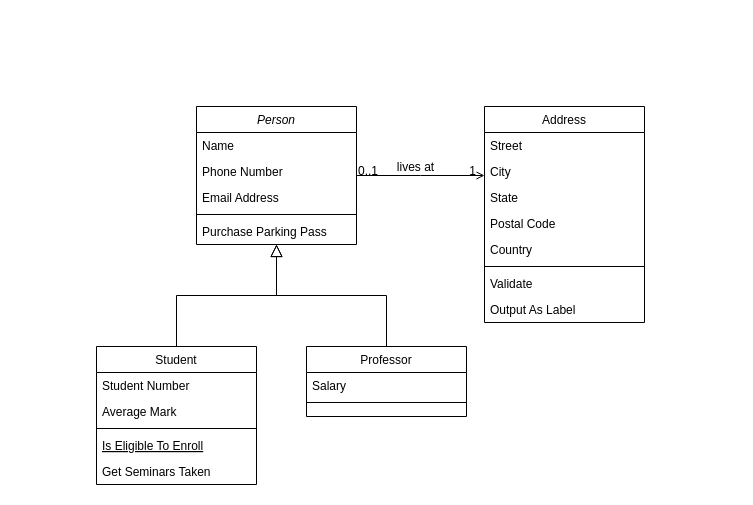
Earlier version of the draw.io diagram SistemaDeRegistro.drawio (verdugong/Geometry_Sebastian-Verdugo). Source tidied: cells renumbered, new cells numbered last; positions are measured from the earlier drawing's top-left corner, leaving out a move shared by most shapes. Both pictures are drawn from the tidied source at 100%, with x=0, y=0 at pixel (96, 106).
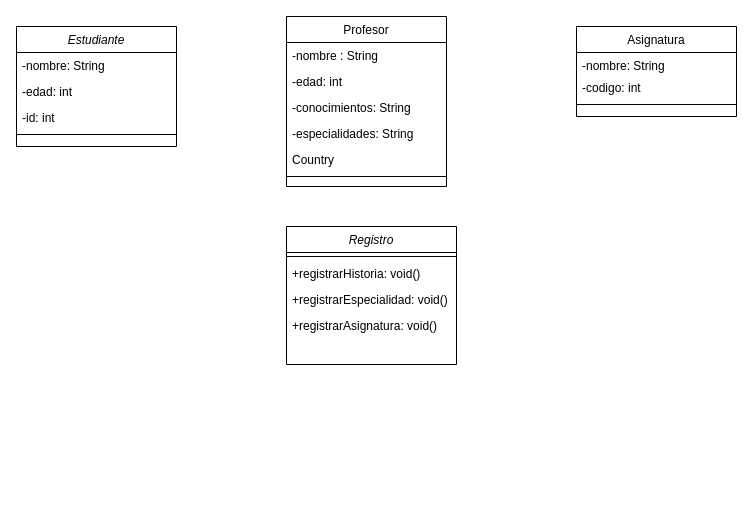
The same diagram, later.

The edit, as a diff of the source:
```diff
@@
-    <mxCell id="2" value="Person" style="swimlane;fontStyle=2;align=center;verticalAlign=top;horizontal=1;startSize=26;rounded=0;shadow=0;strokeWidth=1;" parent="1" vertex="1">
-      <mxGeometry x="100" width="160" height="138" as="geometry" />
+    <mxCell id="2" value="Estudiante" style="swimlane;fontStyle=2;align=center;verticalAlign=top;horizontal=1;startSize=26;rounded=0;shadow=0;strokeWidth=1;" parent="1" vertex="1">
+      <mxGeometry x="-80" y="-80" width="160" height="120" as="geometry" />
     </mxCell>
-    <mxCell id="3" value="Name" style="text;align=left;verticalAlign=top;spacingLeft=4;spacingRight=4;overflow=hidden;" parent="2" vertex="1">
+    <mxCell id="3" value="-nombre: String" style="text;align=left;verticalAlign=top;spacingLeft=4;spacingRight=4;overflow=hidden;" parent="2" vertex="1">
       <mxGeometry y="26" width="160" height="26" as="geometry" />
     </mxCell>
-    <mxCell id="4" value="Phone Number" style="text;align=left;verticalAlign=top;spacingLeft=4;spacingRight=4;overflow=hidden;rounded=0;shadow=0;html=0;" parent="2" vertex="1">
+    <mxCell id="4" value="-edad: int" style="text;align=left;verticalAlign=top;spacingLeft=4;spacingRight=4;overflow=hidden;rounded=0;shadow=0;html=0;" parent="2" vertex="1">
       <mxGeometry y="52" width="160" height="26" as="geometry" />
     </mxCell>
-    <mxCell id="5" value="Email Address" style="text;align=left;verticalAlign=top;spacingLeft=4;spacingRight=4;overflow=hidden;rounded=0;shadow=0;html=0;" parent="2" vertex="1">
+    <mxCell id="5" value="-id: int" style="text;align=left;verticalAlign=top;spacingLeft=4;spacingRight=4;overflow=hidden;rounded=0;shadow=0;html=0;" parent="2" vertex="1">
       <mxGeometry y="78" width="160" height="26" as="geometry" />
     </mxCell>
@@
-    <mxCell id="7" value="Purchase Parking Pass" style="text;align=left;verticalAlign=top;spacingLeft=4;spacingRight=4;overflow=hidden;" parent="2" vertex="1">
-      <mxGeometry y="112" width="160" height="26" as="geometry" />
-    </mxCell>
-    <mxCell id="8" value="Student" style="swimlane;fontStyle=0;align=center;verticalAlign=top;horizontal=1;startSize=26;rounded=0;shadow=0;strokeWidth=1;" parent="1" vertex="1">
-      <mxGeometry y="240" width="160" height="138" as="geometry" />
+    <mxCell id="8" value="Asignatura" style="swimlane;fontStyle=0;align=center;verticalAlign=top;horizontal=1;startSize=26;rounded=0;shadow=0;strokeWidth=1;" parent="1" vertex="1">
+      <mxGeometry x="480" y="-80" width="160" height="90" as="geometry" />
     </mxCell>
-    <mxCell id="9" value="Student Number" style="text;align=left;verticalAlign=top;spacingLeft=4;spacingRight=4;overflow=hidden;" parent="8" vertex="1">
-      <mxGeometry y="26" width="160" height="26" as="geometry" />
+    <mxCell id="9" value="-nombre: String" style="text;align=left;verticalAlign=top;spacingLeft=4;spacingRight=4;overflow=hidden;" parent="8" vertex="1">
+      <mxGeometry y="26" width="160" height="22" as="geometry" />
     </mxCell>
-    <mxCell id="10" value="Average Mark" style="text;align=left;verticalAlign=top;spacingLeft=4;spacingRight=4;overflow=hidden;rounded=0;shadow=0;html=0;" parent="8" vertex="1">
-      <mxGeometry y="52" width="160" height="26" as="geometry" />
+    <mxCell id="10" value="-codigo: int" style="text;align=left;verticalAlign=top;spacingLeft=4;spacingRight=4;overflow=hidden;rounded=0;shadow=0;html=0;" parent="8" vertex="1">
+      <mxGeometry y="48" width="160" height="26" as="geometry" />
     </mxCell>
     <mxCell id="11" style="line;html=1;strokeWidth=1;align=left;verticalAlign=middle;spacingTop=-1;spacingLeft=3;spacingRight=3;labelPosition=right;" parent="8" vertex="1">
-      <mxGeometry y="78" width="160" height="8" as="geometry" />
+      <mxGeometry y="74" width="160" height="8" as="geometry" />
     </mxCell>
-    <mxCell id="12" value="Is Eligible To Enroll" style="text;align=left;verticalAlign=top;spacingLeft=4;spacingRight=4;overflow=hidden;fontStyle=4;" parent="8" vertex="1">
-      <mxGeometry y="86" width="160" height="26" as="geometry" />
-    </mxCell>
-    <mxCell id="13" value="Get Seminars Taken" style="text;align=left;verticalAlign=top;spacingLeft=4;spacingRight=4;overflow=hidden;" parent="8" vertex="1">
-      <mxGeometry y="112" width="160" height="26" as="geometry" />
-    </mxCell>
-    <mxCell id="14" style="endArrow=block;endSize=10;endFill=0;shadow=0;strokeWidth=1;rounded=0;edgeStyle=elbowEdgeStyle;elbow=vertical;" parent="1" edge="1" source="8" target="2">
-      <mxGeometry relative="1" as="geometry" />
-    </mxCell>
-    <mxCell id="15" value="Professor" style="swimlane;fontStyle=0;align=center;verticalAlign=top;horizontal=1;startSize=26;rounded=0;shadow=0;strokeWidth=1;" parent="1" vertex="1">
-      <mxGeometry x="210" y="240" width="160" height="70" as="geometry" />
-    </mxCell>
-    <mxCell id="16" value="Salary" style="text;align=left;verticalAlign=top;spacingLeft=4;spacingRight=4;overflow=hidden;" parent="15" vertex="1">
-      <mxGeometry y="26" width="160" height="26" as="geometry" />
-    </mxCell>
-    <mxCell id="17" style="line;html=1;strokeWidth=1;align=left;verticalAlign=middle;spacingTop=-1;spacingLeft=3;spacingRight=3;labelPosition=right;" parent="15" vertex="1">
-      <mxGeometry y="52" width="160" height="8" as="geometry" />
-    </mxCell>
-    <mxCell id="18" style="endArrow=block;endSize=10;endFill=0;shadow=0;strokeWidth=1;rounded=0;edgeStyle=elbowEdgeStyle;elbow=vertical;" parent="1" edge="1" source="15" target="2">
-      <mxGeometry relative="1" as="geometry" />
-    </mxCell>
-    <mxCell id="19" value="Address" style="swimlane;fontStyle=0;align=center;verticalAlign=top;horizontal=1;startSize=26;rounded=0;shadow=0;strokeWidth=1;" parent="1" vertex="1">
-      <mxGeometry x="388" width="160" height="216" as="geometry" />
+    <mxCell id="19" value="Profesor" style="swimlane;fontStyle=0;align=center;verticalAlign=top;horizontal=1;startSize=26;rounded=0;shadow=0;strokeWidth=1;" parent="1" vertex="1">
+      <mxGeometry x="190" y="-90" width="160" height="170" as="geometry" />
     </mxCell>
-    <mxCell id="20" value="Street" style="text;align=left;verticalAlign=top;spacingLeft=4;spacingRight=4;overflow=hidden;" parent="19" vertex="1">
+    <mxCell id="20" value="-nombre : String" style="text;align=left;verticalAlign=top;spacingLeft=4;spacingRight=4;overflow=hidden;" parent="19" vertex="1">
       <mxGeometry y="26" width="160" height="26" as="geometry" />
     </mxCell>
-    <mxCell id="21" value="City" style="text;align=left;verticalAlign=top;spacingLeft=4;spacingRight=4;overflow=hidden;rounded=0;shadow=0;html=0;" parent="19" vertex="1">
+    <mxCell id="21" value="-edad: int" style="text;align=left;verticalAlign=top;spacingLeft=4;spacingRight=4;overflow=hidden;rounded=0;shadow=0;html=0;" parent="19" vertex="1">
       <mxGeometry y="52" width="160" height="26" as="geometry" />
     </mxCell>
-    <mxCell id="22" value="State" style="text;align=left;verticalAlign=top;spacingLeft=4;spacingRight=4;overflow=hidden;rounded=0;shadow=0;html=0;" parent="19" vertex="1">
+    <mxCell id="22" value="-conocimientos: String" style="text;align=left;verticalAlign=top;spacingLeft=4;spacingRight=4;overflow=hidden;rounded=0;shadow=0;html=0;" parent="19" vertex="1">
       <mxGeometry y="78" width="160" height="26" as="geometry" />
     </mxCell>
-    <mxCell id="23" value="Postal Code" style="text;align=left;verticalAlign=top;spacingLeft=4;spacingRight=4;overflow=hidden;rounded=0;shadow=0;html=0;" parent="19" vertex="1">
+    <mxCell id="23" value="-especialidades: String" style="text;align=left;verticalAlign=top;spacingLeft=4;spacingRight=4;overflow=hidden;rounded=0;shadow=0;html=0;" parent="19" vertex="1">
       <mxGeometry y="104" width="160" height="26" as="geometry" />
     </mxCell>
@@
-    <mxCell id="26" value="Validate" style="text;align=left;verticalAlign=top;spacingLeft=4;spacingRight=4;overflow=hidden;" parent="19" vertex="1">
-      <mxGeometry y="164" width="160" height="26" as="geometry" />
-    </mxCell>
-    <mxCell id="27" value="Output As Label" style="text;align=left;verticalAlign=top;spacingLeft=4;spacingRight=4;overflow=hidden;" parent="19" vertex="1">
-      <mxGeometry y="190" width="160" height="26" as="geometry" />
-    </mxCell>
-    <mxCell id="28" style="endArrow=open;shadow=0;strokeWidth=1;rounded=0;endFill=1;edgeStyle=elbowEdgeStyle;elbow=vertical;" parent="1" edge="1" source="2" target="19">
-      <mxGeometry x="0.5" y="41" relative="1" as="geometry">
-        <mxPoint x="-40" y="32" as="offset" />
-      </mxGeometry>
-    </mxCell>
-    <mxCell id="29" value="0..1" style="align=left;verticalAlign=bottom;labelBackgroundColor=none;fontSize=12;" parent="28" vertex="1">
-      <mxGeometry x="-1" relative="1" as="geometry">
-        <mxPoint y="4" as="offset" />
-      </mxGeometry>
-    </mxCell>
-    <mxCell id="30" value="1" style="align=right;verticalAlign=bottom;labelBackgroundColor=none;fontSize=12;" parent="28" vertex="1">
-      <mxGeometry x="1" relative="1" as="geometry">
-        <mxPoint x="-7" y="4" as="offset" />
-      </mxGeometry>
-    </mxCell>
-    <mxCell id="31" value="lives at" style="text;html=1;align=center;verticalAlign=middle;labelBackgroundColor=none;rounded=0;shadow=0;strokeWidth=1;fontSize=12;" parent="28" vertex="1">
-      <mxGeometry x="0.5" y="49" relative="1" as="geometry">
-        <mxPoint x="-38" y="40" as="offset" />
-      </mxGeometry>
-    </mxCell>
+    <mxCell id="32" value="Registro" style="swimlane;fontStyle=2;align=center;verticalAlign=top;horizontal=1;startSize=26;rounded=0;shadow=0;strokeWidth=1;" parent="1" vertex="1">
+      <mxGeometry x="190" y="120" width="170" height="138" as="geometry" />
+    </mxCell>
+    <mxCell id="33" style="line;html=1;strokeWidth=1;align=left;verticalAlign=middle;spacingTop=-1;spacingLeft=3;spacingRight=3;labelPosition=right;" parent="32" vertex="1">
+      <mxGeometry y="26" width="170" height="8" as="geometry" />
+    </mxCell>
+    <mxCell id="34" value="+registrarHistoria: void()" style="text;align=left;verticalAlign=top;spacingLeft=4;spacingRight=4;overflow=hidden;" parent="32" vertex="1">
+      <mxGeometry y="34" width="170" height="26" as="geometry" />
+    </mxCell>
+    <mxCell id="35" value="+registrarEspecialidad: void()&#10;" style="text;align=left;verticalAlign=top;spacingLeft=4;spacingRight=4;overflow=hidden;" parent="32" vertex="1">
+      <mxGeometry y="60" width="170" height="26" as="geometry" />
+    </mxCell>
+    <mxCell id="36" value="+registrarAsignatura: void()" style="text;align=left;verticalAlign=top;spacingLeft=4;spacingRight=4;overflow=hidden;" parent="32" vertex="1">
+      <mxGeometry y="86" width="170" height="26" as="geometry" />
+    </mxCell>
```
